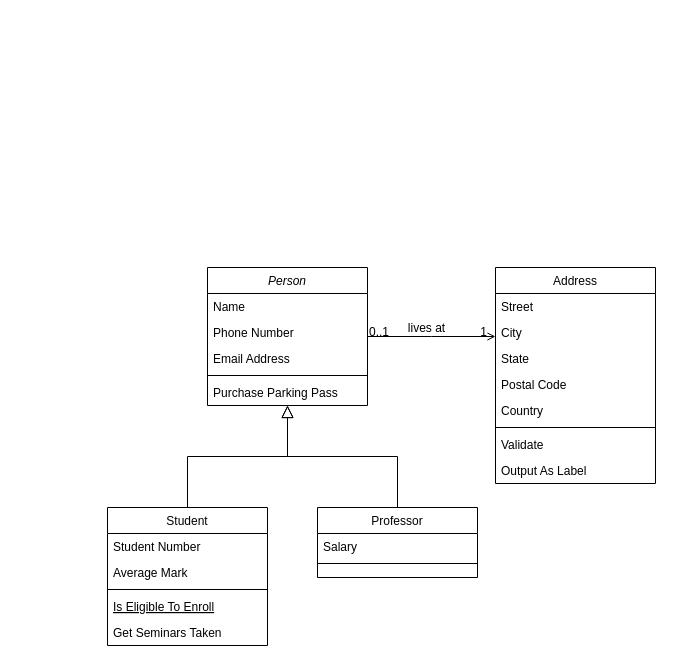
Before: Diagrama sin título.drawio in anerlekue/DeustoBooky, a draw.io diagram. Source tidied: cells renumbered, new cells numbered last; positions are measured from the earlier drawing's top-left corner, leaving out a move shared by most shapes. Both pictures are drawn from the tidied source at 100%, with x=0, y=0 at pixel (107, 267).
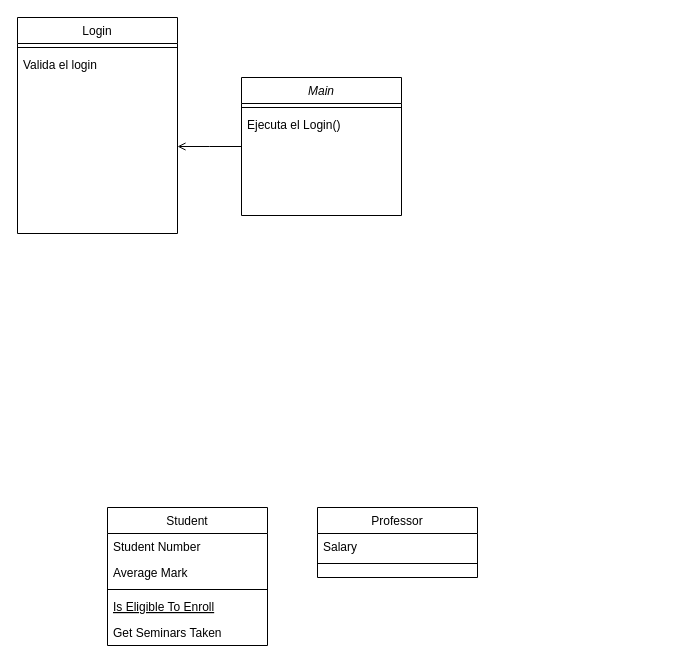
After the change.

The change refers to these unchanged cells:
```xml
<mxCell id="8" value="Student" style="swimlane;fontStyle=0;align=center;verticalAlign=top;horizontal=1;startSize=26;rounded=0;shadow=0;strokeWidth=1;" parent="1" vertex="1">
  <mxGeometry y="240" width="160" height="138" as="geometry" />
</mxCell>
<mxCell id="15" value="Professor" style="swimlane;fontStyle=0;align=center;verticalAlign=top;horizontal=1;startSize=26;rounded=0;shadow=0;strokeWidth=1;" parent="1" vertex="1">
  <mxGeometry x="210" y="240" width="160" height="70" as="geometry" />
</mxCell>
<mxCell id="28" style="endArrow=open;shadow=0;strokeWidth=1;rounded=0;endFill=1;edgeStyle=elbowEdgeStyle;elbow=vertical;" parent="1" edge="1" source="2" target="19">
  <mxGeometry x="0.5" y="41" relative="1" as="geometry">
    <mxPoint x="-40" y="32" as="offset" />
  </mxGeometry>
</mxCell>
```

The edit, as a diff of the source:
```diff
@@
-    <mxCell id="2" value="Person" style="swimlane;fontStyle=2;align=center;verticalAlign=top;horizontal=1;startSize=26;rounded=0;shadow=0;strokeWidth=1;" parent="1" vertex="1">
-      <mxGeometry x="100" width="160" height="138" as="geometry" />
+    <mxCell id="2" value="Main&#10;" style="swimlane;fontStyle=2;align=center;verticalAlign=top;horizontal=1;startSize=26;rounded=0;shadow=0;strokeWidth=1;" parent="1" vertex="1">
+      <mxGeometry x="134" y="-190" width="160" height="138" as="geometry" />
     </mxCell>
-    <mxCell id="3" value="Name" style="text;align=left;verticalAlign=top;spacingLeft=4;spacingRight=4;overflow=hidden;" parent="2" vertex="1">
-      <mxGeometry y="26" width="160" height="26" as="geometry" />
-    </mxCell>
-    <mxCell id="4" value="Phone Number" style="text;align=left;verticalAlign=top;spacingLeft=4;spacingRight=4;overflow=hidden;rounded=0;shadow=0;html=0;" parent="2" vertex="1">
-      <mxGeometry y="52" width="160" height="26" as="geometry" />
-    </mxCell>
-    <mxCell id="5" value="Email Address" style="text;align=left;verticalAlign=top;spacingLeft=4;spacingRight=4;overflow=hidden;rounded=0;shadow=0;html=0;" parent="2" vertex="1">
-      <mxGeometry y="78" width="160" height="26" as="geometry" />
-    </mxCell>
     <mxCell id="6" style="line;html=1;strokeWidth=1;align=left;verticalAlign=middle;spacingTop=-1;spacingLeft=3;spacingRight=3;labelPosition=right;" parent="2" vertex="1">
-      <mxGeometry y="104" width="160" height="8" as="geometry" />
+      <mxGeometry y="26" width="160" height="8" as="geometry" />
     </mxCell>
-    <mxCell id="7" value="Purchase Parking Pass" style="text;align=left;verticalAlign=top;spacingLeft=4;spacingRight=4;overflow=hidden;" parent="2" vertex="1">
-      <mxGeometry y="112" width="160" height="26" as="geometry" />
+    <mxCell id="7" value="Ejecuta el Login()" style="text;align=left;verticalAlign=top;spacingLeft=4;spacingRight=4;overflow=hidden;" parent="2" vertex="1">
+      <mxGeometry y="34" width="160" height="26" as="geometry" />
     </mxCell>
@@
-    <mxCell id="14" style="endArrow=block;endSize=10;endFill=0;shadow=0;strokeWidth=1;rounded=0;edgeStyle=elbowEdgeStyle;elbow=vertical;" parent="1" edge="1" source="8" target="2">
-      <mxGeometry relative="1" as="geometry" />
-    </mxCell>
@@
-    <mxCell id="18" style="endArrow=block;endSize=10;endFill=0;shadow=0;strokeWidth=1;rounded=0;edgeStyle=elbowEdgeStyle;elbow=vertical;" parent="1" edge="1" source="15" target="2">
-      <mxGeometry relative="1" as="geometry" />
-    </mxCell>
-    <mxCell id="19" value="Address" style="swimlane;fontStyle=0;align=center;verticalAlign=top;horizontal=1;startSize=26;rounded=0;shadow=0;strokeWidth=1;" parent="1" vertex="1">
-      <mxGeometry x="388" width="160" height="216" as="geometry" />
+    <mxCell id="19" value="Login" style="swimlane;fontStyle=0;align=center;verticalAlign=top;horizontal=1;startSize=26;rounded=0;shadow=0;strokeWidth=1;" parent="1" vertex="1">
+      <mxGeometry x="-90" y="-250" width="160" height="216" as="geometry" />
     </mxCell>
-    <mxCell id="20" value="Street" style="text;align=left;verticalAlign=top;spacingLeft=4;spacingRight=4;overflow=hidden;" parent="19" vertex="1">
-      <mxGeometry y="26" width="160" height="26" as="geometry" />
-    </mxCell>
-    <mxCell id="21" value="City" style="text;align=left;verticalAlign=top;spacingLeft=4;spacingRight=4;overflow=hidden;rounded=0;shadow=0;html=0;" parent="19" vertex="1">
-      <mxGeometry y="52" width="160" height="26" as="geometry" />
-    </mxCell>
-    <mxCell id="22" value="State" style="text;align=left;verticalAlign=top;spacingLeft=4;spacingRight=4;overflow=hidden;rounded=0;shadow=0;html=0;" parent="19" vertex="1">
-      <mxGeometry y="78" width="160" height="26" as="geometry" />
-    </mxCell>
-    <mxCell id="23" value="Postal Code" style="text;align=left;verticalAlign=top;spacingLeft=4;spacingRight=4;overflow=hidden;rounded=0;shadow=0;html=0;" parent="19" vertex="1">
-      <mxGeometry y="104" width="160" height="26" as="geometry" />
-    </mxCell>
-    <mxCell id="24" value="Country" style="text;align=left;verticalAlign=top;spacingLeft=4;spacingRight=4;overflow=hidden;rounded=0;shadow=0;html=0;" parent="19" vertex="1">
-      <mxGeometry y="130" width="160" height="26" as="geometry" />
-    </mxCell>
     <mxCell id="25" style="line;html=1;strokeWidth=1;align=left;verticalAlign=middle;spacingTop=-1;spacingLeft=3;spacingRight=3;labelPosition=right;" parent="19" vertex="1">
-      <mxGeometry y="156" width="160" height="8" as="geometry" />
+      <mxGeometry y="26" width="160" height="8" as="geometry" />
     </mxCell>
-    <mxCell id="26" value="Validate" style="text;align=left;verticalAlign=top;spacingLeft=4;spacingRight=4;overflow=hidden;" parent="19" vertex="1">
-      <mxGeometry y="164" width="160" height="26" as="geometry" />
+    <mxCell id="26" value="Valida el login " style="text;align=left;verticalAlign=top;spacingLeft=4;spacingRight=4;overflow=hidden;" parent="19" vertex="1">
+      <mxGeometry y="34" width="160" height="26" as="geometry" />
     </mxCell>
-    <mxCell id="27" value="Output As Label" style="text;align=left;verticalAlign=top;spacingLeft=4;spacingRight=4;overflow=hidden;" parent="19" vertex="1">
-      <mxGeometry y="190" width="160" height="26" as="geometry" />
-    </mxCell>
+    <mxCell id="32" style="text;align=left;verticalAlign=top;spacingLeft=4;spacingRight=4;overflow=hidden;" parent="19" vertex="1">
+      <mxGeometry y="60" width="160" height="26" as="geometry" />
+    </mxCell>
+    <mxCell id="33" style="text;align=left;verticalAlign=top;spacingLeft=4;spacingRight=4;overflow=hidden;" parent="19" vertex="1">
+      <mxGeometry y="86" width="160" height="26" as="geometry" />
+    </mxCell>
@@
-    <mxCell id="29" value="0..1" style="align=left;verticalAlign=bottom;labelBackgroundColor=none;fontSize=12;" parent="28" vertex="1">
+    <mxCell id="29" style="align=left;verticalAlign=bottom;labelBackgroundColor=none;fontSize=12;" parent="28" vertex="1">
       <mxGeometry x="-1" relative="1" as="geometry">
         <mxPoint y="4" as="offset" />
       </mxGeometry>
     </mxCell>
-    <mxCell id="30" value="1" style="align=right;verticalAlign=bottom;labelBackgroundColor=none;fontSize=12;" parent="28" vertex="1">
-      <mxGeometry x="1" relative="1" as="geometry">
-        <mxPoint x="-7" y="4" as="offset" />
-      </mxGeometry>
-    </mxCell>
-    <mxCell id="31" value="lives at" style="text;html=1;align=center;verticalAlign=middle;labelBackgroundColor=none;rounded=0;shadow=0;strokeWidth=1;fontSize=12;" parent="28" vertex="1">
+    <mxCell id="31" value="&lt;br&gt;" style="text;html=1;align=center;verticalAlign=middle;labelBackgroundColor=none;rounded=0;shadow=0;strokeWidth=1;fontSize=12;" parent="28" vertex="1">
       <mxGeometry x="0.5" y="49" relative="1" as="geometry">
         <mxPoint x="-38" y="40" as="offset" />
       </mxGeometry>
     </mxCell>
```
